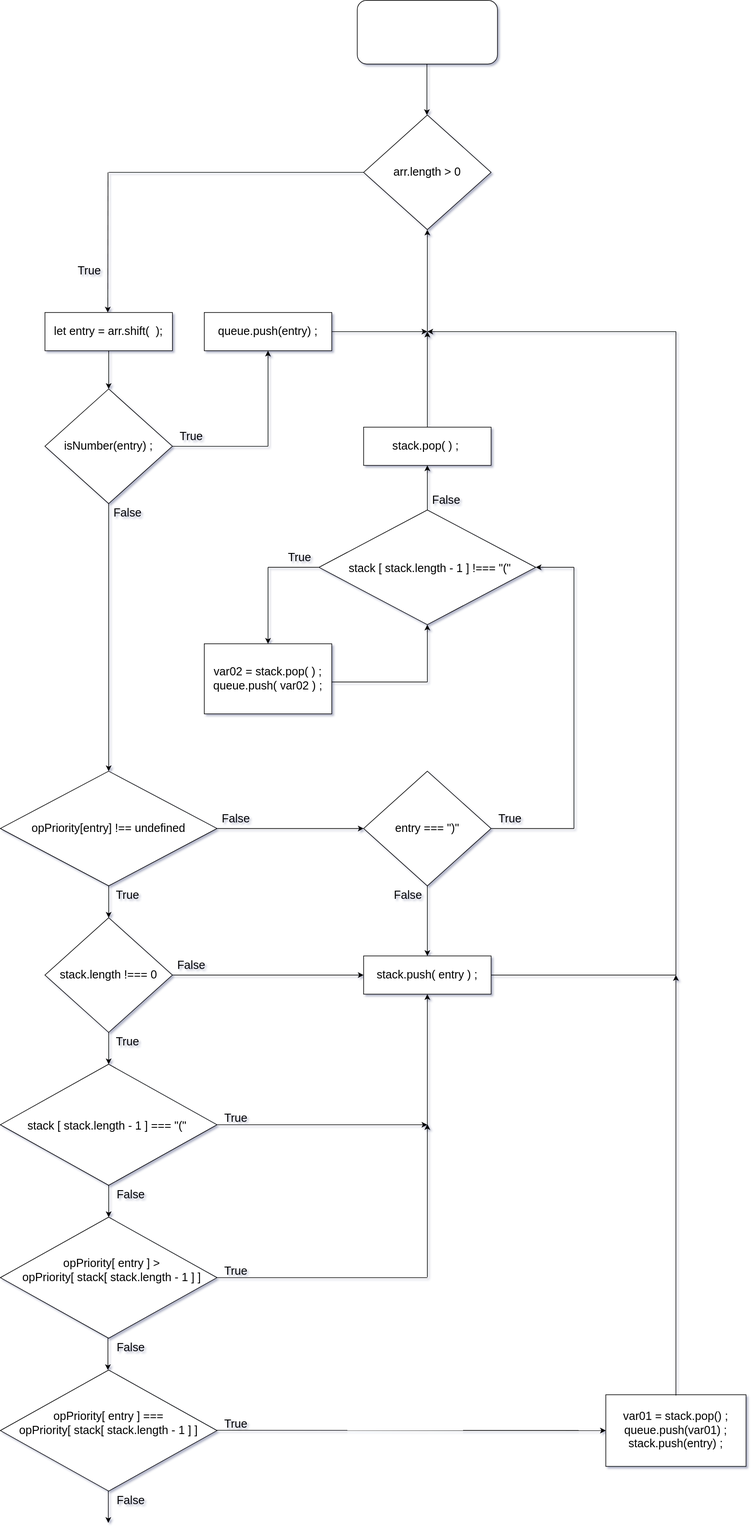
The draw.io diagram Untitled Diagram.drawio.svg in jcgm3205/jcgm3205, before a commit. Source tidied: cells renumbered, new cells last; positions are measured from the earlier drawing's top-left corner, leaving out a move shared by most shapes.
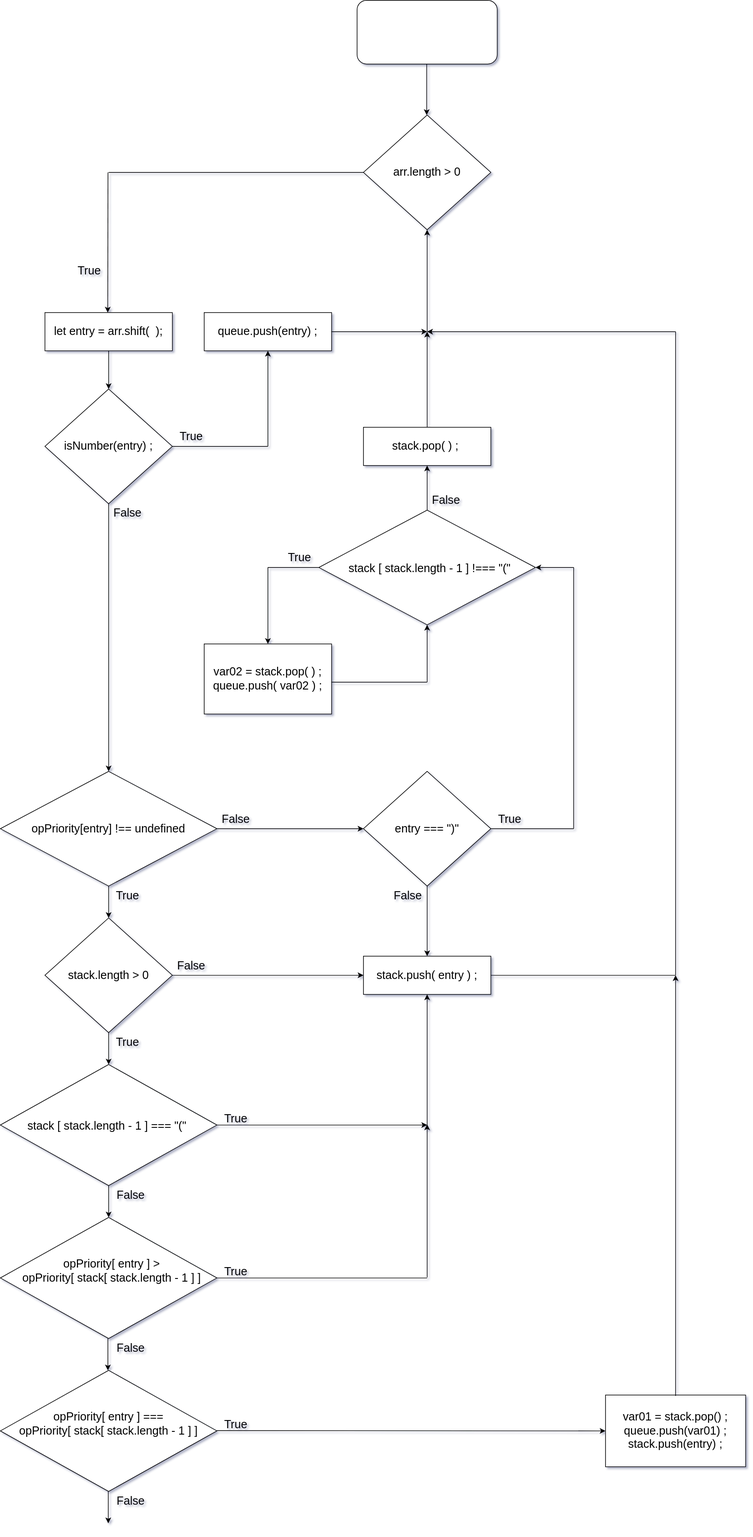
After the commit.

Diff of the diagram source:
```diff
@@ -189,7 +189,7 @@
     <mxCell id="48" style="rhombus;whiteSpace=wrap;html=1;fontSize=14;" parent="1" vertex="1">
       <mxGeometry x="70" y="1440" width="200" height="180" as="geometry" />
     </mxCell>
-    <mxCell id="49" value="stack.length !=== 0" style="text;html=1;strokeColor=none;fillColor=none;align=center;verticalAlign=middle;whiteSpace=wrap;rounded=0;fontSize=18;" parent="1" vertex="1">
+    <mxCell id="49" value="stack.length &amp;gt; 0" style="text;html=1;strokeColor=none;fillColor=none;align=center;verticalAlign=middle;whiteSpace=wrap;rounded=0;fontSize=18;" parent="1" vertex="1">
       <mxGeometry x="90" y="1480" width="160" height="100" as="geometry" />
     </mxCell>
     <mxCell id="50" value="stack.push( entry ) ;" style="rounded=0;whiteSpace=wrap;html=1;fontSize=18;strokeWidth=1;" parent="1" vertex="1">
```
